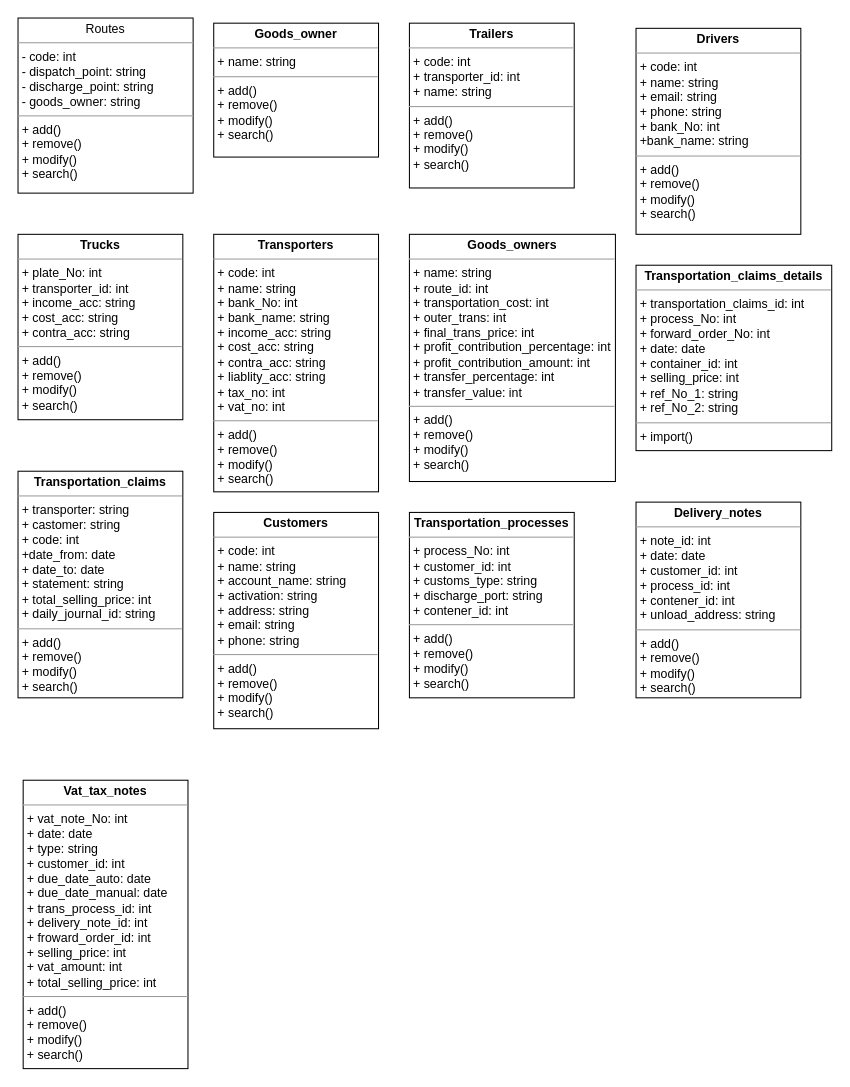
The draw.io diagram class diagram.drawio in amrawni33/Transfer, before the edit. Source tidied: cells renumbered, new cells numbered last; positions are measured from the earlier drawing's top-left corner, leaving out a move shared by most shapes. Both pictures are drawn from the tidied source at 103%, with x=0, y=0 at pixel (18, 18).
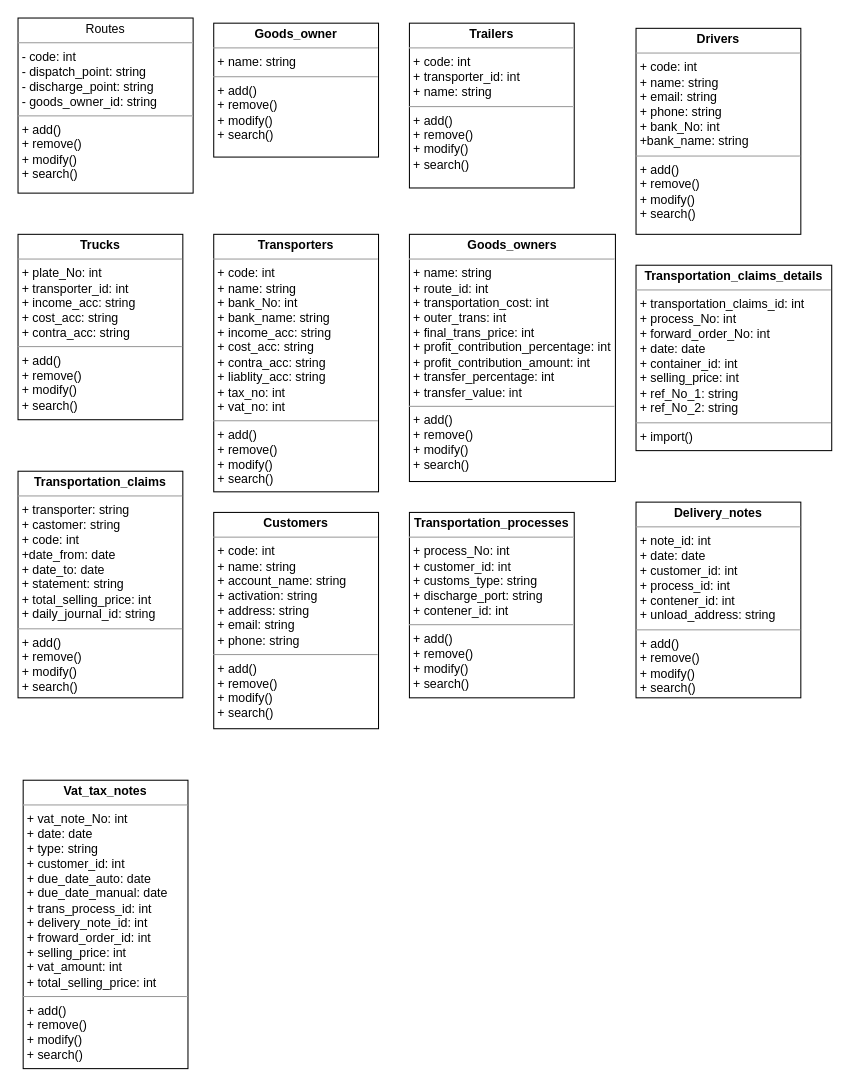
After the change.

Diff of the diagram source:
```diff
@@
 <mxGraphModel>
   <root>
     <mxCell id="0" />
     <mxCell id="1" parent="0" />
-    <mxCell id="2" value="&lt;p style=&quot;margin:0px;margin-top:4px;text-align:center;&quot;&gt;Routes&lt;br&gt;&lt;/p&gt;&lt;hr size=&quot;1&quot;&gt;&lt;p style=&quot;margin:0px;margin-left:4px;&quot;&gt;- code: int&lt;/p&gt;&lt;p style=&quot;margin:0px;margin-left:4px;&quot;&gt;- dispatch_point: string&lt;/p&gt;&lt;p style=&quot;margin:0px;margin-left:4px;&quot;&gt;- discharge_point: string&lt;/p&gt;&lt;p style=&quot;margin:0px;margin-left:4px;&quot;&gt;- goods_owner: string&lt;/p&gt;&lt;hr size=&quot;1&quot;&gt;&lt;p style=&quot;margin:0px;margin-left:4px;&quot;&gt;+ add()&lt;/p&gt;&lt;p style=&quot;margin:0px;margin-left:4px;&quot;&gt;+ remove()&lt;/p&gt;&lt;p style=&quot;margin:0px;margin-left:4px;&quot;&gt;+ modify()&lt;/p&gt;&lt;p style=&quot;margin:0px;margin-left:4px;&quot;&gt;+ search()&lt;/p&gt;" style="verticalAlign=top;align=left;overflow=fill;fontSize=12;fontFamily=Helvetica;html=1;whiteSpace=wrap;" parent="1" vertex="1">
+    <mxCell id="2" value="&lt;p style=&quot;margin:0px;margin-top:4px;text-align:center;&quot;&gt;Routes&lt;br&gt;&lt;/p&gt;&lt;hr size=&quot;1&quot;&gt;&lt;p style=&quot;margin:0px;margin-left:4px;&quot;&gt;- code: int&lt;/p&gt;&lt;p style=&quot;margin:0px;margin-left:4px;&quot;&gt;- dispatch_point: string&lt;/p&gt;&lt;p style=&quot;margin:0px;margin-left:4px;&quot;&gt;- discharge_point: string&lt;/p&gt;&lt;p style=&quot;margin:0px;margin-left:4px;&quot;&gt;- goods_owner_id: string&lt;/p&gt;&lt;hr size=&quot;1&quot;&gt;&lt;p style=&quot;margin:0px;margin-left:4px;&quot;&gt;+ add()&lt;/p&gt;&lt;p style=&quot;margin:0px;margin-left:4px;&quot;&gt;+ remove()&lt;/p&gt;&lt;p style=&quot;margin:0px;margin-left:4px;&quot;&gt;+ modify()&lt;/p&gt;&lt;p style=&quot;margin:0px;margin-left:4px;&quot;&gt;+ search()&lt;/p&gt;" style="verticalAlign=top;align=left;overflow=fill;fontSize=12;fontFamily=Helvetica;html=1;whiteSpace=wrap;" parent="1" vertex="1">
       <mxGeometry width="170" height="170" as="geometry" />
     </mxCell>
     <mxCell id="3" value="&lt;p style=&quot;margin:0px;margin-top:4px;text-align:center;&quot;&gt;&lt;b&gt;Goods_owner&lt;/b&gt;&lt;/p&gt;&lt;hr size=&quot;1&quot;&gt;&lt;p style=&quot;margin:0px;margin-left:4px;&quot;&gt;+ name: string&lt;/p&gt;&lt;hr size=&quot;1&quot;&gt;&lt;p style=&quot;margin:0px;margin-left:4px;&quot;&gt;+ add()&lt;/p&gt;&lt;p style=&quot;margin:0px;margin-left:4px;&quot;&gt;+ remove()&lt;/p&gt;&lt;p style=&quot;margin:0px;margin-left:4px;&quot;&gt;+ modify()&lt;/p&gt;&lt;p style=&quot;margin:0px;margin-left:4px;&quot;&gt;+ search()&lt;/p&gt;" style="verticalAlign=top;align=left;overflow=fill;fontSize=12;fontFamily=Helvetica;html=1;whiteSpace=wrap;" parent="1" vertex="1">
       <mxGeometry x="190" y="5" width="160" height="130" as="geometry" />
     </mxCell>
     <mxCell id="4" value="&lt;p style=&quot;margin:0px;margin-top:4px;text-align:center;&quot;&gt;&lt;b&gt;Trailers&lt;/b&gt;&lt;/p&gt;&lt;hr size=&quot;1&quot;&gt;&lt;p style=&quot;margin:0px;margin-left:4px;&quot;&gt;+ code: int&lt;/p&gt;&lt;p style=&quot;margin:0px;margin-left:4px;&quot;&gt;+ transporter_id: int&lt;/p&gt;&lt;p style=&quot;margin:0px;margin-left:4px;&quot;&gt;+ name: string&lt;/p&gt;&lt;hr size=&quot;1&quot;&gt;&lt;p style=&quot;margin:0px;margin-left:4px;&quot;&gt;+ add()&lt;/p&gt;&lt;p style=&quot;margin:0px;margin-left:4px;&quot;&gt;+ remove()&lt;/p&gt;&lt;p style=&quot;margin:0px;margin-left:4px;&quot;&gt;+ modify()&lt;/p&gt;&lt;p style=&quot;margin:0px;margin-left:4px;&quot;&gt;+ search()&lt;/p&gt;" style="verticalAlign=top;align=left;overflow=fill;fontSize=12;fontFamily=Helvetica;html=1;whiteSpace=wrap;" parent="1" vertex="1">
       <mxGeometry x="380" y="5" width="160" height="160" as="geometry" />
     </mxCell>
     <mxCell id="5" value="&lt;p style=&quot;margin:0px;margin-top:4px;text-align:center;&quot;&gt;&lt;b&gt;Drivers&lt;/b&gt;&lt;/p&gt;&lt;hr size=&quot;1&quot;&gt;&lt;p style=&quot;margin:0px;margin-left:4px;&quot;&gt;+ code: int&lt;/p&gt;&lt;p style=&quot;margin:0px;margin-left:4px;&quot;&gt;+ name: string&lt;/p&gt;&lt;p style=&quot;margin:0px;margin-left:4px;&quot;&gt;+ email: string&lt;/p&gt;&lt;p style=&quot;margin:0px;margin-left:4px;&quot;&gt;+ phone: string&lt;/p&gt;&lt;p style=&quot;margin:0px;margin-left:4px;&quot;&gt;+ bank_No: int&lt;/p&gt;&lt;p style=&quot;margin:0px;margin-left:4px;&quot;&gt;+bank_name: string&lt;/p&gt;&lt;hr size=&quot;1&quot;&gt;&lt;p style=&quot;border-color: var(--border-color); margin: 0px 0px 0px 4px;&quot;&gt;+ add()&lt;/p&gt;&lt;p style=&quot;border-color: var(--border-color); margin: 0px 0px 0px 4px;&quot;&gt;+ remove()&lt;/p&gt;&lt;p style=&quot;border-color: var(--border-color); margin: 0px 0px 0px 4px;&quot;&gt;+ modify()&lt;/p&gt;&lt;p style=&quot;border-color: var(--border-color); margin: 0px 0px 0px 4px;&quot;&gt;+ search()&lt;/p&gt;" style="verticalAlign=top;align=left;overflow=fill;fontSize=12;fontFamily=Helvetica;html=1;whiteSpace=wrap;" parent="1" vertex="1">
       <mxGeometry x="600" y="10" width="160" height="200" as="geometry" />
     </mxCell>
     <mxCell id="6" value="&lt;p style=&quot;margin:0px;margin-top:4px;text-align:center;&quot;&gt;&lt;b&gt;Trucks&lt;/b&gt;&lt;/p&gt;&lt;hr size=&quot;1&quot;&gt;&lt;p style=&quot;margin:0px;margin-left:4px;&quot;&gt;+ plate_No: int&lt;/p&gt;&lt;p style=&quot;margin:0px;margin-left:4px;&quot;&gt;+ transporter_id: int&lt;/p&gt;&lt;p style=&quot;margin:0px;margin-left:4px;&quot;&gt;+ income_acc: string&lt;/p&gt;&lt;p style=&quot;margin:0px;margin-left:4px;&quot;&gt;+ cost_acc: string&lt;/p&gt;&lt;p style=&quot;margin:0px;margin-left:4px;&quot;&gt;+ contra_acc: string&lt;/p&gt;&lt;hr size=&quot;1&quot;&gt;&lt;p style=&quot;border-color: var(--border-color); margin: 0px 0px 0px 4px;&quot;&gt;+ add()&lt;/p&gt;&lt;p style=&quot;border-color: var(--border-color); margin: 0px 0px 0px 4px;&quot;&gt;+ remove()&lt;/p&gt;&lt;p style=&quot;border-color: var(--border-color); margin: 0px 0px 0px 4px;&quot;&gt;+ modify()&lt;/p&gt;&lt;p style=&quot;border-color: var(--border-color); margin: 0px 0px 0px 4px;&quot;&gt;+ search()&lt;/p&gt;" style="verticalAlign=top;align=left;overflow=fill;fontSize=12;fontFamily=Helvetica;html=1;whiteSpace=wrap;" parent="1" vertex="1">
       <mxGeometry y="210" width="160" height="180" as="geometry" />
     </mxCell>
     <mxCell id="7" value="&lt;p style=&quot;margin:0px;margin-top:4px;text-align:center;&quot;&gt;&lt;b&gt;Transporters&lt;/b&gt;&lt;/p&gt;&lt;hr size=&quot;1&quot;&gt;&lt;p style=&quot;margin:0px;margin-left:4px;&quot;&gt;+ code: int&lt;/p&gt;&lt;p style=&quot;margin:0px;margin-left:4px;&quot;&gt;+ name: string&lt;/p&gt;&lt;p style=&quot;margin:0px;margin-left:4px;&quot;&gt;&lt;span style=&quot;background-color: initial;&quot;&gt;+ bank_No: int&lt;/span&gt;&lt;br&gt;&lt;/p&gt;&lt;p style=&quot;margin:0px;margin-left:4px;&quot;&gt;+ bank_name: string&lt;/p&gt;&lt;p style=&quot;border-color: var(--border-color); margin: 0px 0px 0px 4px;&quot;&gt;+ income_acc: string&lt;/p&gt;&lt;p style=&quot;border-color: var(--border-color); margin: 0px 0px 0px 4px;&quot;&gt;+ cost_acc: string&lt;/p&gt;&lt;p style=&quot;border-color: var(--border-color); margin: 0px 0px 0px 4px;&quot;&gt;+ contra_acc: string&lt;/p&gt;&lt;p style=&quot;border-color: var(--border-color); margin: 0px 0px 0px 4px;&quot;&gt;+ liablity_acc: string&lt;/p&gt;&lt;p style=&quot;border-color: var(--border-color); margin: 0px 0px 0px 4px;&quot;&gt;+ tax_no: int&lt;/p&gt;&lt;p style=&quot;border-color: var(--border-color); margin: 0px 0px 0px 4px;&quot;&gt;+ vat_no: int&lt;/p&gt;&lt;hr size=&quot;1&quot;&gt;&lt;p style=&quot;border-color: var(--border-color); margin: 0px 0px 0px 4px;&quot;&gt;+ add()&lt;/p&gt;&lt;p style=&quot;border-color: var(--border-color); margin: 0px 0px 0px 4px;&quot;&gt;+ remove()&lt;/p&gt;&lt;p style=&quot;border-color: var(--border-color); margin: 0px 0px 0px 4px;&quot;&gt;+ modify()&lt;/p&gt;&lt;p style=&quot;border-color: var(--border-color); margin: 0px 0px 0px 4px;&quot;&gt;+ search()&lt;/p&gt;" style="verticalAlign=top;align=left;overflow=fill;fontSize=12;fontFamily=Helvetica;html=1;whiteSpace=wrap;" parent="1" vertex="1">
       <mxGeometry x="190" y="210" width="160" height="250" as="geometry" />
     </mxCell>
     <mxCell id="8" value="&lt;p style=&quot;margin:0px;margin-top:4px;text-align:center;&quot;&gt;&lt;b&gt;Goods_owners&lt;/b&gt;&lt;/p&gt;&lt;hr size=&quot;1&quot;&gt;&lt;p style=&quot;margin:0px;margin-left:4px;&quot;&gt;+ name: string&lt;/p&gt;&lt;p style=&quot;margin:0px;margin-left:4px;&quot;&gt;+ route_id: int&lt;/p&gt;&lt;p style=&quot;margin:0px;margin-left:4px;&quot;&gt;+ transportation_cost: int&lt;/p&gt;&lt;p style=&quot;margin:0px;margin-left:4px;&quot;&gt;&lt;span style=&quot;background-color: initial;&quot;&gt;+ outer_trans: int&lt;/span&gt;&lt;br&gt;&lt;/p&gt;&lt;p style=&quot;margin:0px;margin-left:4px;&quot;&gt;+ final_trans_price: int&lt;/p&gt;&lt;p style=&quot;border-color: var(--border-color); margin: 0px 0px 0px 4px;&quot;&gt;+ profit_contribution_percentage: int&lt;/p&gt;&lt;p style=&quot;border-color: var(--border-color); margin: 0px 0px 0px 4px;&quot;&gt;+ profit_contribution_amount: int&lt;/p&gt;&lt;p style=&quot;border-color: var(--border-color); margin: 0px 0px 0px 4px;&quot;&gt;+ transfer_percentage: int&lt;/p&gt;&lt;p style=&quot;border-color: var(--border-color); margin: 0px 0px 0px 4px;&quot;&gt;+ transfer_value: int&lt;/p&gt;&lt;hr size=&quot;1&quot;&gt;&lt;p style=&quot;border-color: var(--border-color); margin: 0px 0px 0px 4px;&quot;&gt;+ add()&lt;/p&gt;&lt;p style=&quot;border-color: var(--border-color); margin: 0px 0px 0px 4px;&quot;&gt;+ remove()&lt;/p&gt;&lt;p style=&quot;border-color: var(--border-color); margin: 0px 0px 0px 4px;&quot;&gt;+ modify()&lt;/p&gt;&lt;p style=&quot;border-color: var(--border-color); margin: 0px 0px 0px 4px;&quot;&gt;+ search()&lt;/p&gt;" style="verticalAlign=top;align=left;overflow=fill;fontSize=12;fontFamily=Helvetica;html=1;whiteSpace=wrap;" parent="1" vertex="1">
       <mxGeometry x="380" y="210" width="200" height="240" as="geometry" />
     </mxCell>
     <mxCell id="9" value="&lt;p style=&quot;margin:0px;margin-top:4px;text-align:center;&quot;&gt;&lt;b&gt;Transportation_claims&lt;/b&gt;&lt;/p&gt;&lt;hr size=&quot;1&quot;&gt;&lt;p style=&quot;margin:0px;margin-left:4px;&quot;&gt;+ transporter: string&lt;/p&gt;&lt;p style=&quot;margin:0px;margin-left:4px;&quot;&gt;+ castomer: string&lt;/p&gt;&lt;p style=&quot;margin:0px;margin-left:4px;&quot;&gt;&lt;span style=&quot;background-color: initial;&quot;&gt;+ code: int&lt;/span&gt;&lt;br&gt;&lt;/p&gt;&lt;p style=&quot;margin:0px;margin-left:4px;&quot;&gt;+date_from: date&lt;/p&gt;&lt;p style=&quot;border-color: var(--border-color); margin: 0px 0px 0px 4px;&quot;&gt;+ date_to: date&lt;/p&gt;&lt;p style=&quot;border-color: var(--border-color); margin: 0px 0px 0px 4px;&quot;&gt;+ statement: string&lt;/p&gt;&lt;p style=&quot;border-color: var(--border-color); margin: 0px 0px 0px 4px;&quot;&gt;+ total_selling_price: int&lt;/p&gt;&lt;p style=&quot;border-color: var(--border-color); margin: 0px 0px 0px 4px;&quot;&gt;+ daily_journal_id: string&lt;/p&gt;&lt;hr size=&quot;1&quot;&gt;&lt;p style=&quot;border-color: var(--border-color); margin: 0px 0px 0px 4px;&quot;&gt;+ add()&lt;/p&gt;&lt;p style=&quot;border-color: var(--border-color); margin: 0px 0px 0px 4px;&quot;&gt;+ remove()&lt;/p&gt;&lt;p style=&quot;border-color: var(--border-color); margin: 0px 0px 0px 4px;&quot;&gt;+ modify()&lt;/p&gt;&lt;p style=&quot;border-color: var(--border-color); margin: 0px 0px 0px 4px;&quot;&gt;+ search()&lt;/p&gt;" style="verticalAlign=top;align=left;overflow=fill;fontSize=12;fontFamily=Helvetica;html=1;whiteSpace=wrap;" parent="1" vertex="1">
       <mxGeometry y="440" width="160" height="220" as="geometry" />
     </mxCell>
     <mxCell id="10" value="&lt;p style=&quot;margin:0px;margin-top:4px;text-align:center;&quot;&gt;&lt;b style=&quot;border-color: var(--border-color);&quot;&gt;Transportation_claims_details&lt;/b&gt;&lt;/p&gt;&lt;hr size=&quot;1&quot;&gt;&lt;p style=&quot;margin:0px;margin-left:4px;&quot;&gt;+ t&lt;span style=&quot;border-color: var(--border-color); text-align: center;&quot;&gt;ransportation_claims_id&lt;/span&gt;&lt;span style=&quot;background-color: initial;&quot;&gt;: int&lt;/span&gt;&lt;/p&gt;&lt;p style=&quot;margin:0px;margin-left:4px;&quot;&gt;+ process_No: int&lt;/p&gt;&lt;p style=&quot;margin:0px;margin-left:4px;&quot;&gt;&lt;span style=&quot;background-color: initial;&quot;&gt;+ forward_order_No: int&lt;/span&gt;&lt;br&gt;&lt;/p&gt;&lt;p style=&quot;margin:0px;margin-left:4px;&quot;&gt;+ date: date&lt;/p&gt;&lt;p style=&quot;border-color: var(--border-color); margin: 0px 0px 0px 4px;&quot;&gt;+ container_id: int&lt;/p&gt;&lt;p style=&quot;border-color: var(--border-color); margin: 0px 0px 0px 4px;&quot;&gt;+ selling_price: int&lt;/p&gt;&lt;p style=&quot;border-color: var(--border-color); margin: 0px 0px 0px 4px;&quot;&gt;+ ref_No_1: string&lt;/p&gt;&lt;p style=&quot;border-color: var(--border-color); margin: 0px 0px 0px 4px;&quot;&gt;+ ref_No_2: string&lt;/p&gt;&lt;hr size=&quot;1&quot;&gt;&lt;p style=&quot;border-color: var(--border-color); margin: 0px 0px 0px 4px;&quot;&gt;+ import()&lt;/p&gt;" style="verticalAlign=top;align=left;overflow=fill;fontSize=12;fontFamily=Helvetica;html=1;whiteSpace=wrap;" parent="1" vertex="1">
       <mxGeometry x="600" y="240" width="190" height="180" as="geometry" />
     </mxCell>
     <mxCell id="11" value="&lt;p style=&quot;margin:0px;margin-top:4px;text-align:center;&quot;&gt;&lt;b&gt;Customers&lt;/b&gt;&lt;/p&gt;&lt;hr size=&quot;1&quot;&gt;&lt;p style=&quot;margin:0px;margin-left:4px;&quot;&gt;+ code: int&lt;/p&gt;&lt;p style=&quot;margin:0px;margin-left:4px;&quot;&gt;+ name: string&lt;/p&gt;&lt;p style=&quot;margin:0px;margin-left:4px;&quot;&gt;&lt;span style=&quot;background-color: initial;&quot;&gt;+ account_name: string&lt;/span&gt;&lt;br&gt;&lt;/p&gt;&lt;p style=&quot;margin:0px;margin-left:4px;&quot;&gt;+ activation: string&lt;/p&gt;&lt;p style=&quot;border-color: var(--border-color); margin: 0px 0px 0px 4px;&quot;&gt;+ address: string&lt;/p&gt;&lt;p style=&quot;border-color: var(--border-color); margin: 0px 0px 0px 4px;&quot;&gt;+ email: string&lt;/p&gt;&lt;p style=&quot;border-color: var(--border-color); margin: 0px 0px 0px 4px;&quot;&gt;+ phone: string&lt;/p&gt;&lt;hr size=&quot;1&quot;&gt;&lt;p style=&quot;border-color: var(--border-color); margin: 0px 0px 0px 4px;&quot;&gt;+ add()&lt;/p&gt;&lt;p style=&quot;border-color: var(--border-color); margin: 0px 0px 0px 4px;&quot;&gt;+ remove()&lt;/p&gt;&lt;p style=&quot;border-color: var(--border-color); margin: 0px 0px 0px 4px;&quot;&gt;+ modify()&lt;/p&gt;&lt;p style=&quot;border-color: var(--border-color); margin: 0px 0px 0px 4px;&quot;&gt;+ search()&lt;/p&gt;" style="verticalAlign=top;align=left;overflow=fill;fontSize=12;fontFamily=Helvetica;html=1;whiteSpace=wrap;" parent="1" vertex="1">
       <mxGeometry x="190" y="480" width="160" height="210" as="geometry" />
     </mxCell>
     <mxCell id="12" value="&lt;p style=&quot;margin:0px;margin-top:4px;text-align:center;&quot;&gt;&lt;b&gt;Transportation_processes&lt;/b&gt;&lt;/p&gt;&lt;hr size=&quot;1&quot;&gt;&lt;p style=&quot;margin:0px;margin-left:4px;&quot;&gt;+ process_No: int&lt;/p&gt;&lt;p style=&quot;margin:0px;margin-left:4px;&quot;&gt;+ customer_id: int&lt;/p&gt;&lt;p style=&quot;margin:0px;margin-left:4px;&quot;&gt;&lt;span style=&quot;background-color: initial;&quot;&gt;+ customs_type: string&lt;/span&gt;&lt;br&gt;&lt;/p&gt;&lt;p style=&quot;margin:0px;margin-left:4px;&quot;&gt;+ discharge_port: string&lt;/p&gt;&lt;p style=&quot;border-color: var(--border-color); margin: 0px 0px 0px 4px;&quot;&gt;+ contener_id: int&lt;/p&gt;&lt;hr size=&quot;1&quot;&gt;&lt;p style=&quot;border-color: var(--border-color); margin: 0px 0px 0px 4px;&quot;&gt;+ add()&lt;/p&gt;&lt;p style=&quot;border-color: var(--border-color); margin: 0px 0px 0px 4px;&quot;&gt;+ remove()&lt;/p&gt;&lt;p style=&quot;border-color: var(--border-color); margin: 0px 0px 0px 4px;&quot;&gt;+ modify()&lt;/p&gt;&lt;p style=&quot;border-color: var(--border-color); margin: 0px 0px 0px 4px;&quot;&gt;+ search()&lt;/p&gt;" style="verticalAlign=top;align=left;overflow=fill;fontSize=12;fontFamily=Helvetica;html=1;whiteSpace=wrap;" parent="1" vertex="1">
       <mxGeometry x="380" y="480" width="160" height="180" as="geometry" />
     </mxCell>
     <mxCell id="13" value="&lt;p style=&quot;margin:0px;margin-top:4px;text-align:center;&quot;&gt;&lt;b&gt;Delivery_notes&lt;/b&gt;&lt;/p&gt;&lt;hr size=&quot;1&quot;&gt;&lt;p style=&quot;margin:0px;margin-left:4px;&quot;&gt;+ note_id: int&lt;/p&gt;&lt;p style=&quot;margin:0px;margin-left:4px;&quot;&gt;+ date: date&lt;/p&gt;&lt;p style=&quot;margin:0px;margin-left:4px;&quot;&gt;&lt;span style=&quot;background-color: initial;&quot;&gt;+ customer_id: int&lt;/span&gt;&lt;br&gt;&lt;/p&gt;&lt;p style=&quot;margin:0px;margin-left:4px;&quot;&gt;+ process_id: int&lt;/p&gt;&lt;p style=&quot;border-color: var(--border-color); margin: 0px 0px 0px 4px;&quot;&gt;+ contener_id: int&lt;/p&gt;&lt;p style=&quot;border-color: var(--border-color); margin: 0px 0px 0px 4px;&quot;&gt;+ unload_address: string&lt;/p&gt;&lt;hr size=&quot;1&quot;&gt;&lt;p style=&quot;border-color: var(--border-color); margin: 0px 0px 0px 4px;&quot;&gt;+ add()&lt;/p&gt;&lt;p style=&quot;border-color: var(--border-color); margin: 0px 0px 0px 4px;&quot;&gt;+ remove()&lt;/p&gt;&lt;p style=&quot;border-color: var(--border-color); margin: 0px 0px 0px 4px;&quot;&gt;+ modify()&lt;/p&gt;&lt;p style=&quot;border-color: var(--border-color); margin: 0px 0px 0px 4px;&quot;&gt;+ search()&lt;/p&gt;" style="verticalAlign=top;align=left;overflow=fill;fontSize=12;fontFamily=Helvetica;html=1;whiteSpace=wrap;" parent="1" vertex="1">
       <mxGeometry x="600" y="470" width="160" height="190" as="geometry" />
     </mxCell>
     <mxCell id="14" value="&lt;p style=&quot;margin:0px;margin-top:4px;text-align:center;&quot;&gt;&lt;b&gt;Vat_tax_notes&lt;/b&gt;&lt;/p&gt;&lt;hr size=&quot;1&quot;&gt;&lt;p style=&quot;margin:0px;margin-left:4px;&quot;&gt;+ vat_note_No: int&lt;/p&gt;&lt;p style=&quot;margin:0px;margin-left:4px;&quot;&gt;+ date: date&lt;/p&gt;&lt;p style=&quot;margin:0px;margin-left:4px;&quot;&gt;&lt;span style=&quot;background-color: initial;&quot;&gt;+ type: string&lt;/span&gt;&lt;br&gt;&lt;/p&gt;&lt;p style=&quot;margin:0px;margin-left:4px;&quot;&gt;+ customer_id: int&lt;/p&gt;&lt;p style=&quot;border-color: var(--border-color); margin: 0px 0px 0px 4px;&quot;&gt;+ due_date_auto: date&lt;/p&gt;&lt;p style=&quot;border-color: var(--border-color); margin: 0px 0px 0px 4px;&quot;&gt;+ due_date_manual: date&lt;/p&gt;&lt;p style=&quot;border-color: var(--border-color); margin: 0px 0px 0px 4px;&quot;&gt;+ trans_process_id: int&lt;/p&gt;&lt;p style=&quot;border-color: var(--border-color); margin: 0px 0px 0px 4px;&quot;&gt;+ delivery_note_id: int&lt;/p&gt;&lt;p style=&quot;border-color: var(--border-color); margin: 0px 0px 0px 4px;&quot;&gt;+ froward_order_id: int&lt;/p&gt;&lt;p style=&quot;border-color: var(--border-color); margin: 0px 0px 0px 4px;&quot;&gt;+ selling_price: int&lt;/p&gt;&lt;p style=&quot;border-color: var(--border-color); margin: 0px 0px 0px 4px;&quot;&gt;+ vat_amount: int&lt;/p&gt;&lt;p style=&quot;border-color: var(--border-color); margin: 0px 0px 0px 4px;&quot;&gt;+ total_selling_price: int&lt;/p&gt;&lt;hr size=&quot;1&quot;&gt;&lt;p style=&quot;border-color: var(--border-color); margin: 0px 0px 0px 4px;&quot;&gt;+ add()&lt;/p&gt;&lt;p style=&quot;border-color: var(--border-color); margin: 0px 0px 0px 4px;&quot;&gt;+ remove()&lt;/p&gt;&lt;p style=&quot;border-color: var(--border-color); margin: 0px 0px 0px 4px;&quot;&gt;+ modify()&lt;/p&gt;&lt;p style=&quot;border-color: var(--border-color); margin: 0px 0px 0px 4px;&quot;&gt;+ search()&lt;/p&gt;" style="verticalAlign=top;align=left;overflow=fill;fontSize=12;fontFamily=Helvetica;html=1;whiteSpace=wrap;" parent="1" vertex="1">
       <mxGeometry x="5" y="740" width="160" height="280" as="geometry" />
     </mxCell>
   </root>
 </mxGraphModel>
```
